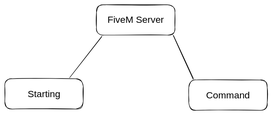
NoBrandCars/docs keeps this Excalidraw diagram as .gitbook/assets/file.excalidraw.svg. Above is the earlier version. Source tidied: one line per element, renumbered; positions are measured from the earlier drawing's top-left corner, leaving out a move shared by most shapes.
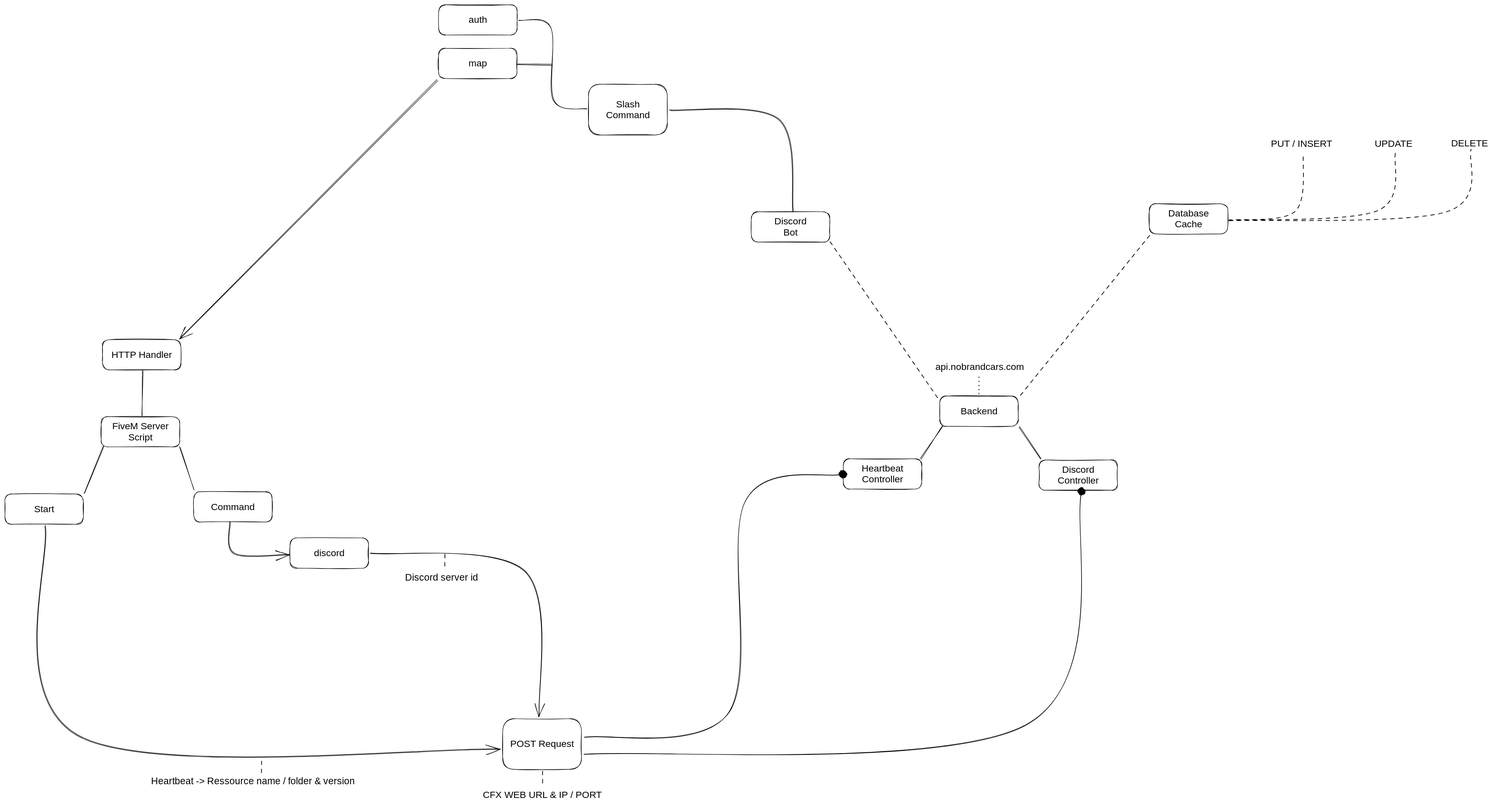
Later version of the same file.

The edit, as a diff of the source:
```diff
@@ -1,8 +1,58 @@
 {"id": 0, "type": "rectangle", "strokeColor": "#000000", "strokeWidth": 1, "roughness": 1, "round": true, "x": 193, "y": 0, "width": 165, "height": 64}
-{"id": 1, "type": "text", "text": "FiveM Server", "strokeColor": "#000000", "strokeWidth": 1, "roughness": 1, "fontSize": 20, "fontFamily": 2, "textAlign": "center", "verticalAlign": "middle", "inside": 0, "x": 215, "y": 20, "width": 121, "height": 23}
+{"id": 1, "type": "text", "text": "FiveM Server\nScript", "strokeColor": "#000000", "strokeWidth": 1, "roughness": 1, "fontSize": 20, "fontFamily": 2, "textAlign": "center", "verticalAlign": "middle", "inside": 0, "x": 216, "y": 9, "width": 120, "height": 46}
 {"id": 2, "type": "rectangle", "strokeColor": "#000000", "strokeWidth": 1, "roughness": 1, "round": true, "x": 388, "y": 158, "width": 165, "height": 64}
 {"id": 3, "type": "text", "text": "Command", "strokeColor": "#000000", "strokeWidth": 1, "roughness": 1, "fontSize": 20, "fontFamily": 2, "textAlign": "center", "verticalAlign": "middle", "inside": 2, "x": 423, "y": 179, "width": 94, "height": 23}
-{"id": 4, "type": "rectangle", "strokeColor": "#000000", "strokeWidth": 1, "roughness": 1, "round": true, "x": 0, "y": 156, "width": 165, "height": 64}
+{"id": 4, "type": "rectangle", "strokeColor": "#000000", "strokeWidth": 1, "roughness": 1, "round": true, "x": -10, "y": 163, "width": 165, "height": 64}
-{"id": 5, "type": "text", "text": "Starting", "strokeColor": "#000000", "strokeWidth": 1, "roughness": 1, "fontSize": 20, "fontFamily": 2, "textAlign": "center", "verticalAlign": "middle", "inside": 4, "x": 47, "y": 176, "width": 71, "height": 23}
+{"id": 5, "type": "text", "text": "Start", "strokeColor": "#000000", "strokeWidth": 1, "roughness": 1, "fontSize": 20, "fontFamily": 2, "textAlign": "center", "verticalAlign": "middle", "inside": 4, "x": 51, "y": 184, "width": 44, "height": 23}
-{"id": 6, "type": "arrow", "strokeColor": "#000000", "strokeWidth": 1, "roughness": 1, "round": true, "from": 0, "to": 4, "x": 204, "y": 67, "width": 66, "height": 86, "points": [[0, 0], [-66, 86]]}
-{"id": 7, "type": "arrow", "strokeColor": "#000000", "strokeWidth": 1, "roughness": 1, "round": true, "from": 0, "to": 2, "x": 355, "y": 65, "width": 42, "height": 90, "points": [[0, 0], [42, 90]]}
+{"id": 8, "type": "rectangle", "strokeColor": "#000000", "strokeWidth": 1, "roughness": 1, "round": true, "x": 591, "y": 256, "width": 165, "height": 64}
+{"id": 9, "type": "text", "text": "discord", "strokeColor": "#000000", "strokeWidth": 1, "roughness": 1, "fontSize": 20, "fontFamily": 2, "textAlign": "center", "verticalAlign": "middle", "inside": 8, "x": 641, "y": 276, "width": 66, "height": 23}
+{"id": 10, "type": "arrow", "strokeColor": "#000000", "strokeWidth": 1, "roughness": 1, "endArrowhead": "arrow", "round": true, "from": 2, "to": 8, "x": 465, "y": 223, "width": 124, "height": 69, "points": [[0, 0], [10, 65], [124, 69]]}
+{"id": 11, "type": "rectangle", "strokeColor": "#000000", "strokeWidth": 1, "roughness": 1, "round": true, "x": 1959, "y": -43, "width": 165, "height": 64}
+{"id": 12, "type": "text", "text": "Backend", "strokeColor": "#000000", "strokeWidth": 1, "roughness": 1, "fontSize": 20, "fontFamily": 2, "textAlign": "center", "verticalAlign": "middle", "inside": 11, "x": 2002, "y": -23, "width": 80, "height": 23}
+{"id": 13, "type": "text", "text": "api.nobrandcars.com", "strokeColor": "#000000", "strokeWidth": 1, "roughness": 1, "fontSize": 20, "fontFamily": 2, "x": 1950, "y": -116, "width": 189, "height": 23}
+{"id": 14, "type": "arrow", "strokeColor": "#000000", "strokeWidth": 1, "strokeStyle": "dotted", "roughness": 1, "round": true, "from": 11, "to": 13, "x": 2041, "y": -48, "width": 0, "height": 42, "points": [[0, 0], [0, -42]]}
+{"id": 15, "type": "rectangle", "strokeColor": "#000000", "strokeWidth": 1, "roughness": 1, "round": true, "x": 1039, "y": 636, "width": 166, "height": 107}
+{"id": 16, "type": "text", "text": "POST Request", "strokeColor": "#000000", "strokeWidth": 1, "roughness": 1, "fontSize": 20, "fontFamily": 2, "textAlign": "center", "verticalAlign": "middle", "inside": 15, "x": 1054, "y": 678, "width": 136, "height": 23}
+{"id": 17, "type": "arrow", "strokeColor": "#000000", "strokeWidth": 1, "roughness": 1, "endArrowhead": "arrow", "round": true, "from": 4, "to": 15, "x": 75, "y": 230, "width": 959, "height": 470, "points": [[0, 0], [77, 446], [959, 470]]}
+{"id": 18, "type": "arrow", "strokeColor": "#000000", "strokeWidth": 1, "roughness": 1, "endArrowhead": "arrow", "round": true, "from": 8, "to": 15, "x": 760, "y": 288, "width": 356, "height": 343, "points": [[0, 0], [326, 38], [356, 343]]}
+{"id": 19, "type": "text", "text": "Heartbeat -> Ressource name / folder & version", "strokeColor": "#000000", "strokeWidth": 1, "roughness": 1, "fontSize": 20, "fontFamily": 3, "textAlign": "center", "x": 242, "y": 756, "width": 541, "height": 24}
+{"id": 20, "type": "arrow", "strokeColor": "#000000", "strokeWidth": 1, "strokeStyle": "dashed", "roughness": 1, "round": true, "from": 19, "x": 531, "y": 751, "width": 1, "height": 26, "points": [[0, 0], [1, -26]]}
+{"id": 21, "type": "text", "text": "Discord server id", "strokeColor": "#000000", "strokeWidth": 1, "strokeStyle": "dashed", "roughness": 1, "fontSize": 20, "fontFamily": 3, "textAlign": "center", "x": 810, "y": 326, "width": 201, "height": 24}
+{"id": 22, "type": "arrow", "strokeColor": "#000000", "strokeWidth": 1, "strokeStyle": "dashed", "roughness": 1, "round": true, "from": 21, "x": 916, "y": 315, "width": 0, "height": 29, "points": [[0, 0], [0, -29]]}
+{"id": 23, "type": "rectangle", "strokeColor": "#000000", "strokeWidth": 1, "roughness": 1, "round": true, "x": 1756, "y": 89, "width": 165, "height": 64}
+{"id": 24, "type": "text", "text": "Heartbeat\nController", "strokeColor": "#000000", "strokeWidth": 1, "roughness": 1, "fontSize": 20, "fontFamily": 2, "textAlign": "center", "verticalAlign": "middle", "inside": 23, "x": 1794, "y": 98, "width": 89, "height": 46}
+{"id": 25, "type": "rectangle", "strokeColor": "#000000", "strokeWidth": 1, "roughness": 1, "round": true, "x": 2168, "y": 91, "width": 165, "height": 64}
+{"id": 26, "type": "text", "text": "Discord\nController", "strokeColor": "#000000", "strokeWidth": 1, "roughness": 1, "fontSize": 20, "fontFamily": 2, "textAlign": "center", "verticalAlign": "middle", "inside": 25, "x": 2206, "y": 100, "width": 89, "height": 46}
+{"id": 27, "type": "arrow", "strokeColor": "#000000", "strokeWidth": 1, "roughness": 1, "round": true, "to": 23, "x": 1965, "y": 20, "width": 47, "height": 69, "points": [[0, 0], [-47, 69]]}
+{"id": 28, "type": "arrow", "strokeColor": "#000000", "strokeWidth": 1, "roughness": 1, "round": true, "from": 0, "to": 2, "x": 358, "y": 64, "width": 31, "height": 90, "points": [[0, 0], [31, 90]]}
+{"id": 29, "type": "arrow", "strokeColor": "#000000", "strokeWidth": 1, "roughness": 1, "round": true, "to": 4, "x": 199, "y": 62, "width": 40, "height": 100, "points": [[0, 0], [-40, 100]]}
+{"id": 30, "type": "arrow", "strokeColor": "#000000", "strokeWidth": 1, "roughness": 1, "round": true, "from": 11, "to": 25, "x": 2126, "y": 22, "width": 46, "height": 68, "points": [[0, 0], [46, 68]]}
+{"id": 31, "type": "arrow", "strokeColor": "#000000", "strokeWidth": 1, "roughness": 1, "endArrowhead": "dot", "round": true, "from": 15, "to": 25, "x": 1210, "y": 711, "width": 1047, "height": 553, "points": [[0, 0], [929, -62], [1047, -553]]}
+{"id": 32, "type": "rectangle", "strokeColor": "#000000", "strokeWidth": 1, "roughness": 1, "round": true, "x": 2400, "y": -449, "width": 165, "height": 64}
+{"id": 33, "type": "text", "text": "Database\nCache", "strokeColor": "#000000", "strokeWidth": 1, "roughness": 1, "fontSize": 20, "fontFamily": 2, "textAlign": "center", "verticalAlign": "middle", "inside": 32, "x": 2439, "y": -440, "width": 87, "height": 46}
+{"id": 34, "type": "arrow", "strokeColor": "#000000", "strokeWidth": 1, "strokeStyle": "dashed", "roughness": 1, "round": true, "from": 32, "to": 35, "x": 2567, "y": -414, "width": 158, "height": 139, "points": [[0, 0], [140, -18], [158, -139]]}
+{"id": 35, "type": "text", "text": "PUT / INSERT", "strokeColor": "#000000", "strokeWidth": 1, "strokeStyle": "dashed", "roughness": 1, "fontSize": 20, "fontFamily": 2, "x": 2656, "y": -587, "width": 131, "height": 23}
+{"id": 36, "type": "text", "text": "UPDATE", "strokeColor": "#000000", "strokeWidth": 1, "strokeStyle": "dashed", "roughness": 1, "fontSize": 20, "fontFamily": 2, "x": 2875, "y": -586, "width": 82, "height": 23}
+{"id": 37, "type": "arrow", "strokeColor": "#000000", "strokeWidth": 1, "strokeStyle": "dashed", "roughness": 1, "round": true, "from": 32, "to": 36, "x": 2568, "y": -415, "width": 352, "height": 142, "points": [[0, 0], [314, -19], [352, -142]]}
+{"id": 38, "type": "text", "text": "DELETE", "strokeColor": "#000000", "strokeWidth": 1, "strokeStyle": "dashed", "roughness": 1, "fontSize": 20, "fontFamily": 2, "x": 3036, "y": -587, "width": 80, "height": 23}
+{"id": 39, "type": "arrow", "strokeColor": "#000000", "strokeWidth": 1, "strokeStyle": "dashed", "roughness": 1, "round": true, "from": 32, "to": 38, "x": 2567, "y": -414, "width": 510, "height": 148, "points": [[0, 0], [458, -17], [510, -148]]}
+{"id": 40, "type": "text", "text": "CFX WEB URL & IP / PORT", "strokeColor": "#000000", "strokeWidth": 1, "roughness": 1, "fontSize": 20, "fontFamily": 2, "x": 997, "y": 785, "width": 253, "height": 23}
+{"id": 41, "type": "arrow", "strokeColor": "#000000", "strokeWidth": 1, "strokeStyle": "dashed", "roughness": 1, "round": true, "from": 15, "to": 40, "x": 1124, "y": 748, "width": 0, "height": 31, "points": [[0, 0], [0, 31]]}
+{"id": 42, "type": "arrow", "strokeColor": "#000000", "strokeWidth": 1, "roughness": 1, "endArrowhead": "dot", "round": true, "from": 15, "to": 23, "x": 1210, "y": 675, "width": 543, "height": 553, "points": [[0, 0], [305, -52], [337, -495], [543, -553]]}
+{"id": 43, "type": "arrow", "strokeColor": "#000000", "strokeWidth": 1, "strokeStyle": "dashed", "roughness": 1, "round": true, "from": 32, "to": 11, "x": 2402, "y": -381, "width": 274, "height": 339, "points": [[0, 0], [-274, 339]]}
+{"id": 44, "type": "rectangle", "strokeColor": "#000000", "strokeWidth": 1, "roughness": 1, "round": true, "x": 1562, "y": -432, "width": 165, "height": 64}
+{"id": 45, "type": "text", "text": "Discord\nBot", "strokeColor": "#000000", "strokeWidth": 1, "roughness": 1, "fontSize": 20, "fontFamily": 2, "textAlign": "center", "verticalAlign": "middle", "inside": 44, "x": 1610, "y": -423, "width": 69, "height": 46}
+{"id": 46, "type": "arrow", "strokeColor": "#000000", "strokeWidth": 1, "strokeStyle": "dashed", "roughness": 1, "round": true, "from": 44, "to": 11, "x": 1728, "y": -367, "width": 230, "height": 334, "points": [[0, 0], [230, 334]]}
+{"id": 47, "type": "rectangle", "strokeColor": "#000000", "strokeWidth": 1, "roughness": 1, "round": true, "x": 1219, "y": -700, "width": 166, "height": 107}
+{"id": 48, "type": "text", "text": "Slash\nCommand", "strokeColor": "#000000", "strokeWidth": 1, "roughness": 1, "fontSize": 20, "fontFamily": 2, "textAlign": "center", "verticalAlign": "middle", "inside": 47, "x": 1255, "y": -670, "width": 94, "height": 46}
+{"id": 49, "type": "arrow", "strokeColor": "#000000", "strokeWidth": 1, "roughness": 1, "round": true, "from": 44, "to": 47, "x": 1650, "y": -432, "width": 260, "height": 214, "points": [[0, 0], [-30, -195], [-260, -214]]}
+{"id": 50, "type": "rectangle", "strokeColor": "#000000", "strokeWidth": 1, "roughness": 1, "round": true, "x": 904, "y": -868, "width": 165, "height": 64}
+{"id": 51, "type": "text", "text": "auth", "strokeColor": "#000000", "strokeWidth": 1, "roughness": 1, "fontSize": 20, "fontFamily": 2, "textAlign": "center", "verticalAlign": "middle", "inside": 50, "x": 966, "y": -847, "width": 41, "height": 23}
+{"id": 52, "type": "arrow", "strokeColor": "#000000", "strokeWidth": 1, "roughness": 1, "round": true, "from": 47, "to": 50, "x": 1216, "y": -649, "width": 144, "height": 186, "points": [[0, 0], [-70, -18], [-76, -170], [-144, -186]]}
+{"id": 53, "type": "rectangle", "strokeColor": "#000000", "strokeWidth": 1, "roughness": 1, "round": true, "x": 904, "y": -776, "width": 165, "height": 64}
+{"id": 54, "type": "text", "text": "map", "strokeColor": "#000000", "strokeWidth": 1, "roughness": 1, "fontSize": 20, "fontFamily": 2, "textAlign": "center", "verticalAlign": "middle", "inside": 53, "x": 966, "y": -756, "width": 41, "height": 23}
+{"id": 55, "type": "arrow", "strokeColor": "#000000", "strokeWidth": 1, "roughness": 1, "round": true, "to": 53, "x": 1142, "y": -742, "width": 73, "height": 0, "points": [[0, 0], [-73, 0]]}
+{"id": 56, "type": "rectangle", "strokeColor": "#000000", "strokeWidth": 1, "roughness": 1, "round": true, "x": 196, "y": -162, "width": 165, "height": 64}
+{"id": 57, "type": "text", "text": "HTTP Handler", "strokeColor": "#000000", "strokeWidth": 1, "roughness": 1, "fontSize": 20, "fontFamily": 2, "textAlign": "center", "verticalAlign": "middle", "inside": 56, "x": 214, "y": -142, "width": 129, "height": 23}
+{"id": 58, "type": "arrow", "strokeColor": "#000000", "strokeWidth": 1, "roughness": 1, "round": true, "from": 56, "to": 0, "x": 281, "y": -98, "width": 2, "height": 96, "points": [[0, 0], [-2, 96]]}
+{"id": 59, "type": "arrow", "strokeColor": "#000000", "strokeWidth": 1, "roughness": 1, "endArrowhead": "arrow", "round": true, "from": 53, "to": 56, "x": 901, "y": -709, "width": 543, "height": 545, "points": [[0, 0], [-543, 545]]}
```
